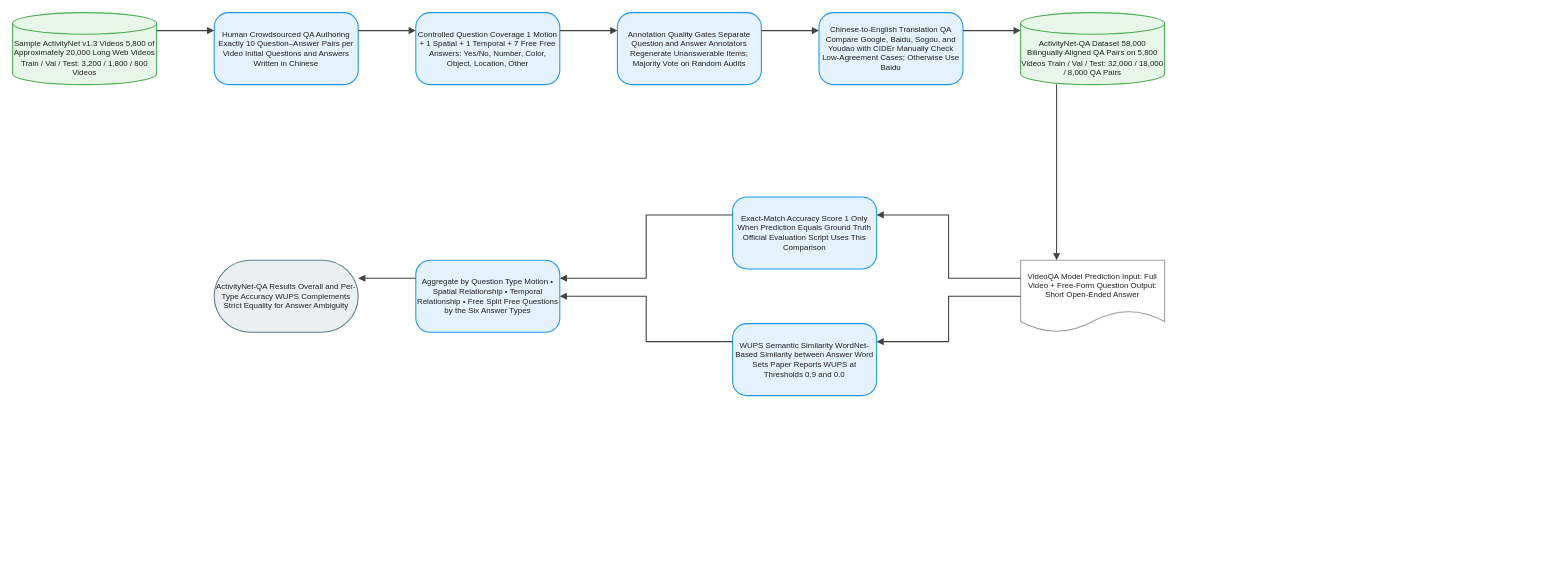
Before: client/public/drawio/ActivityNet-QA/ActivityNet-QA.en.drawio in joe1chief/benchmark-hub, a draw.io diagram. Source tidied: cells renumbered, new cells numbered last; positions are measured from the earlier drawing's top-left corner, leaving out a move shared by most shapes. Both pictures are drawn from the tidied source at 72%, with x=0, y=0 at pixel (12, 12).
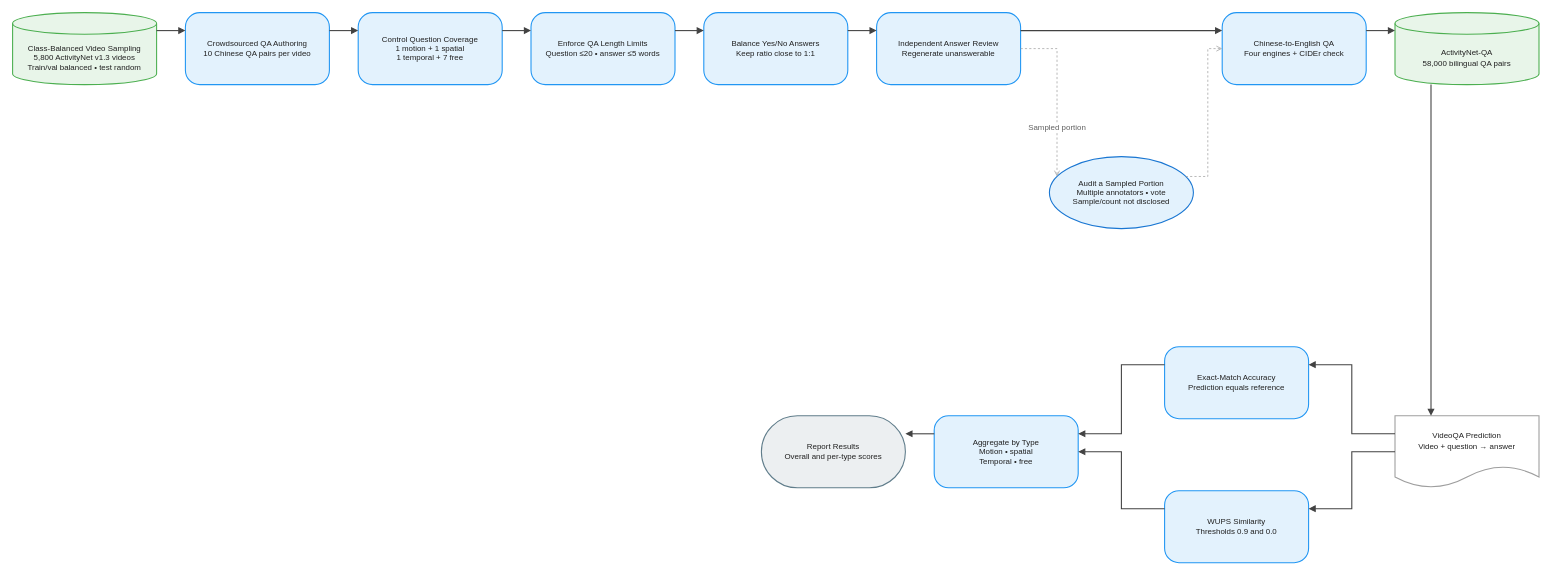
The same diagram, later.

Diff of the diagram source:
```diff
@@
-    <mxCell id="2" value="Sample ActivityNet v1.3 Videos 5,800 of Approximately 20,000 Long Web Videos Train / Val / Test: 3,200 / 1,800 / 800 Videos" style="shape=cylinder3;boundedLbl=1;backgroundOutline=1;size=15;html=1;whiteSpace=wrap;fillColor=#E8F5E9;strokeColor=#4CAF50;strokeWidth=1.5;fontColor=#212121;fontSize=11;fontFamily=Arial, Helvetica, sans-serif;verticalAlign=middle;align=center;" parent="1" vertex="1">
+    <mxCell id="2" value="Class-Balanced Video Sampling&#10;5,800 ActivityNet v1.3 videos&#10;Train/val balanced • test random" style="shape=cylinder3;boundedLbl=1;backgroundOutline=1;size=15;html=0;convertToSvg=1;whiteSpace=wrap;fillColor=#E8F5E9;strokeColor=#4CAF50;strokeWidth=1.5;fontColor=#212121;fontSize=11;fontFamily=Arial, Helvetica, sans-serif;verticalAlign=middle;align=center;" parent="1" vertex="1">
       <mxGeometry width="200" height="100" as="geometry" />
     </mxCell>
-    <mxCell id="3" value="Human Crowdsourced QA Authoring Exactly 10 Question–Answer Pairs per Video Initial Questions and Answers Written in Chinese" style="rounded=1;arcSize=20;html=1;whiteSpace=wrap;fillColor=#E3F2FD;strokeColor=#2196F3;strokeWidth=1.5;fontColor=#212121;fontSize=11;fontFamily=Arial, Helvetica, sans-serif;verticalAlign=middle;align=center;" parent="1" vertex="1">
-      <mxGeometry x="280" width="200" height="100" as="geometry" />
+    <mxCell id="3" value="Crowdsourced QA Authoring&#10;10 Chinese QA pairs per video" style="rounded=1;arcSize=20;html=0;convertToSvg=1;whiteSpace=wrap;fillColor=#E3F2FD;strokeColor=#2196F3;strokeWidth=1.5;fontColor=#212121;fontSize=11;fontFamily=Arial, Helvetica, sans-serif;verticalAlign=middle;align=center;" parent="1" vertex="1">
+      <mxGeometry x="240" width="200" height="100" as="geometry" />
     </mxCell>
-    <mxCell id="4" value="Controlled Question Coverage 1 Motion + 1 Spatial + 1 Temporal + 7 Free Free Answers: Yes/No, Number, Color, Object, Location, Other" style="rounded=1;arcSize=20;html=1;whiteSpace=wrap;fillColor=#E3F2FD;strokeColor=#2196F3;strokeWidth=1.5;fontColor=#212121;fontSize=11;fontFamily=Arial, Helvetica, sans-serif;verticalAlign=middle;align=center;" parent="1" vertex="1">
-      <mxGeometry x="560" width="200" height="100" as="geometry" />
+    <mxCell id="4" value="Control Question Coverage&#10;1 motion + 1 spatial&#10;1 temporal + 7 free" style="rounded=1;arcSize=20;html=0;convertToSvg=1;whiteSpace=wrap;fillColor=#E3F2FD;strokeColor=#2196F3;strokeWidth=1.5;fontColor=#212121;fontSize=11;fontFamily=Arial, Helvetica, sans-serif;verticalAlign=middle;align=center;" parent="1" vertex="1">
+      <mxGeometry x="480" width="200" height="100" as="geometry" />
     </mxCell>
-    <mxCell id="5" value="Annotation Quality Gates Separate Question and Answer Annotators Regenerate Unanswerable Items; Majority Vote on Random Audits" style="rounded=1;arcSize=20;html=1;whiteSpace=wrap;fillColor=#E3F2FD;strokeColor=#2196F3;strokeWidth=1.5;fontColor=#212121;fontSize=11;fontFamily=Arial, Helvetica, sans-serif;verticalAlign=middle;align=center;" parent="1" vertex="1">
-      <mxGeometry x="840" width="200" height="100" as="geometry" />
+    <mxCell id="5" value="Enforce QA Length Limits&#10;Question ≤20 • answer ≤5 words" style="rounded=1;arcSize=20;html=0;convertToSvg=1;whiteSpace=wrap;fillColor=#E3F2FD;strokeColor=#2196F3;strokeWidth=1.5;fontColor=#212121;fontSize=11;fontFamily=Arial, Helvetica, sans-serif;verticalAlign=middle;align=center;" parent="1" vertex="1">
+      <mxGeometry x="720" width="200" height="100" as="geometry" />
     </mxCell>
-    <mxCell id="6" value="Chinese-to-English Translation QA Compare Google, Baidu, Sogou, and Youdao with CIDEr Manually Check Low-Agreement Cases; Otherwise Use Baidu" style="rounded=1;arcSize=20;html=1;whiteSpace=wrap;fillColor=#E3F2FD;strokeColor=#2196F3;strokeWidth=1.5;fontColor=#212121;fontSize=11;fontFamily=Arial, Helvetica, sans-serif;verticalAlign=middle;align=center;" parent="1" vertex="1">
-      <mxGeometry x="1120" width="200" height="100" as="geometry" />
+    <mxCell id="6" value="Balance Yes/No Answers&#10;Keep ratio close to 1:1" style="rounded=1;arcSize=20;html=0;convertToSvg=1;whiteSpace=wrap;fillColor=#E3F2FD;strokeColor=#2196F3;strokeWidth=1.5;fontColor=#212121;fontSize=11;fontFamily=Arial, Helvetica, sans-serif;verticalAlign=middle;align=center;" parent="1" vertex="1">
+      <mxGeometry x="960" width="200" height="100" as="geometry" />
     </mxCell>
-    <mxCell id="7" value="ActivityNet-QA Dataset 58,000 Bilingually Aligned QA Pairs on 5,800 Videos Train / Val / Test: 32,000 / 18,000 / 8,000 QA Pairs" style="shape=cylinder3;boundedLbl=1;backgroundOutline=1;size=15;html=1;whiteSpace=wrap;fillColor=#E8F5E9;strokeColor=#4CAF50;strokeWidth=1.5;fontColor=#212121;fontSize=11;fontFamily=Arial, Helvetica, sans-serif;verticalAlign=middle;align=center;" parent="1" vertex="1">
-      <mxGeometry x="1400" width="200" height="100" as="geometry" />
+    <mxCell id="7" value="Independent Answer Review&#10;Regenerate unanswerable" style="rounded=1;arcSize=20;html=0;convertToSvg=1;whiteSpace=wrap;fillColor=#E3F2FD;strokeColor=#2196F3;strokeWidth=1.5;fontColor=#212121;fontSize=11;fontFamily=Arial, Helvetica, sans-serif;verticalAlign=middle;align=center;" parent="1" vertex="1">
+      <mxGeometry x="1200" width="200" height="100" as="geometry" />
     </mxCell>
-    <mxCell id="8" value="VideoQA Model Prediction Input: Full Video + Free-Form Question Output: Short Open-Ended Answer" style="shape=document;boundedLbl=1;html=1;whiteSpace=wrap;fillColor=#FFFFFF;strokeColor=#9E9E9E;strokeWidth=1.5;fontColor=#212121;fontSize=11;fontFamily=Arial, Helvetica, sans-serif;verticalAlign=middle;align=center;" parent="1" vertex="1">
-      <mxGeometry x="1400" y="344" width="200" height="100" as="geometry" />
+    <mxCell id="8" value="Audit a Sampled Portion&#10;Multiple annotators • vote&#10;Sample/count not disclosed" style="ellipse;html=0;convertToSvg=1;whiteSpace=wrap;fillColor=#E3F2FD;strokeColor=#1976D2;strokeWidth=1.5;fontColor=#212121;fontSize=11;fontFamily=Arial, Helvetica, sans-serif;verticalAlign=middle;align=center;" parent="1" vertex="1">
+      <mxGeometry x="1440" y="200" width="200" height="100" as="geometry" />
     </mxCell>
-    <mxCell id="9" value="Exact-Match Accuracy Score 1 Only When Prediction Equals Ground Truth Official Evaluation Script Uses This Comparison" style="rounded=1;arcSize=20;html=1;whiteSpace=wrap;fillColor=#E3F2FD;strokeColor=#2196F3;strokeWidth=1.5;fontColor=#212121;fontSize=11;fontFamily=Arial, Helvetica, sans-serif;verticalAlign=middle;align=center;" parent="1" vertex="1">
-      <mxGeometry x="1000" y="256" width="200" height="100" as="geometry" />
+    <mxCell id="9" value="Chinese-to-English QA&#10;Four engines + CIDEr check" style="rounded=1;arcSize=20;html=0;convertToSvg=1;whiteSpace=wrap;fillColor=#E3F2FD;strokeColor=#2196F3;strokeWidth=1.5;fontColor=#212121;fontSize=11;fontFamily=Arial, Helvetica, sans-serif;verticalAlign=middle;align=center;" parent="1" vertex="1">
+      <mxGeometry x="1680" width="200" height="100" as="geometry" />
     </mxCell>
-    <mxCell id="10" value="WUPS Semantic Similarity WordNet-Based Similarity between Answer Word Sets Paper Reports WUPS at Thresholds 0.9 and 0.0" style="rounded=1;arcSize=20;html=1;whiteSpace=wrap;fillColor=#E3F2FD;strokeColor=#2196F3;strokeWidth=1.5;fontColor=#212121;fontSize=11;fontFamily=Arial, Helvetica, sans-serif;verticalAlign=middle;align=center;" parent="1" vertex="1">
-      <mxGeometry x="1000" y="432" width="200" height="100" as="geometry" />
+    <mxCell id="10" value="ActivityNet-QA&#10;58,000 bilingual QA pairs" style="shape=cylinder3;boundedLbl=1;backgroundOutline=1;size=15;html=0;convertToSvg=1;whiteSpace=wrap;fillColor=#E8F5E9;strokeColor=#4CAF50;strokeWidth=1.5;fontColor=#212121;fontSize=11;fontFamily=Arial, Helvetica, sans-serif;verticalAlign=middle;align=center;" parent="1" vertex="1">
+      <mxGeometry x="1920" width="200" height="100" as="geometry" />
     </mxCell>
-    <mxCell id="11" value="Aggregate by Question Type Motion • Spatial Relationship • Temporal Relationship • Free Split Free Questions by the Six Answer Types" style="rounded=1;arcSize=20;html=1;whiteSpace=wrap;fillColor=#E3F2FD;strokeColor=#2196F3;strokeWidth=1.5;fontColor=#212121;fontSize=11;fontFamily=Arial, Helvetica, sans-serif;verticalAlign=middle;align=center;" parent="1" vertex="1">
-      <mxGeometry x="560" y="344" width="200" height="100" as="geometry" />
+    <mxCell id="11" value="VideoQA Prediction&#10;Video + question → answer" style="shape=document;boundedLbl=1;html=0;convertToSvg=1;whiteSpace=wrap;fillColor=#FFFFFF;strokeColor=#9E9E9E;strokeWidth=1.5;fontColor=#212121;fontSize=11;fontFamily=Arial, Helvetica, sans-serif;verticalAlign=middle;align=center;" parent="1" vertex="1">
+      <mxGeometry x="1920" y="560" width="200" height="100" as="geometry" />
     </mxCell>
-    <mxCell id="12" value="ActivityNet-QA Results Overall and Per-Type Accuracy WUPS Complements Strict Equality for Answer Ambiguity" style="rounded=1;arcSize=50;html=1;whiteSpace=wrap;fillColor=#ECEFF1;strokeColor=#607D8B;strokeWidth=1.5;fontColor=#212121;fontSize=11;fontFamily=Arial, Helvetica, sans-serif;verticalAlign=middle;align=center;" parent="1" vertex="1">
-      <mxGeometry x="280" y="344" width="200" height="100" as="geometry" />
+    <mxCell id="12" value="Exact-Match Accuracy&#10;Prediction equals reference" style="rounded=1;arcSize=20;html=0;convertToSvg=1;whiteSpace=wrap;fillColor=#E3F2FD;strokeColor=#2196F3;strokeWidth=1.5;fontColor=#212121;fontSize=11;fontFamily=Arial, Helvetica, sans-serif;verticalAlign=middle;align=center;" parent="1" vertex="1">
+      <mxGeometry x="1600" y="464" width="200" height="100" as="geometry" />
     </mxCell>
-    <mxCell id="13" style="edgeStyle=orthogonalEdgeStyle;rounded=0;jettySize=auto;html=1;strokeColor=#424242;strokeWidth=1.5;endArrow=block;endFill=1;exitX=1;exitY=0.25;exitDx=0;exitDy=0;entryX=0;entryY=0.25;entryDx=0;entryDy=0;jumpStyle=arc;jumpSize=8;" parent="1" edge="1" source="2" target="3">
-      <mxGeometry relative="1" as="geometry" />
+    <mxCell id="13" value="WUPS Similarity&#10;Thresholds 0.9 and 0.0" style="rounded=1;arcSize=20;html=0;convertToSvg=1;whiteSpace=wrap;fillColor=#E3F2FD;strokeColor=#2196F3;strokeWidth=1.5;fontColor=#212121;fontSize=11;fontFamily=Arial, Helvetica, sans-serif;verticalAlign=middle;align=center;" parent="1" vertex="1">
+      <mxGeometry x="1600" y="664" width="200" height="100" as="geometry" />
     </mxCell>
-    <mxCell id="14" style="edgeStyle=orthogonalEdgeStyle;rounded=0;jettySize=auto;html=1;strokeColor=#424242;strokeWidth=1.5;endArrow=block;endFill=1;exitX=1;exitY=0.25;exitDx=0;exitDy=0;entryX=0;entryY=0.25;entryDx=0;entryDy=0;jumpStyle=arc;jumpSize=8;" parent="1" edge="1" source="3" target="4">
-      <mxGeometry relative="1" as="geometry" />
+    <mxCell id="14" value="Aggregate by Type&#10;Motion • spatial&#10;Temporal • free" style="rounded=1;arcSize=20;html=0;convertToSvg=1;whiteSpace=wrap;fillColor=#E3F2FD;strokeColor=#2196F3;strokeWidth=1.5;fontColor=#212121;fontSize=11;fontFamily=Arial, Helvetica, sans-serif;verticalAlign=middle;align=center;" parent="1" vertex="1">
+      <mxGeometry x="1280" y="560" width="200" height="100" as="geometry" />
     </mxCell>
-    <mxCell id="15" style="edgeStyle=orthogonalEdgeStyle;rounded=0;jettySize=auto;html=1;strokeColor=#424242;strokeWidth=1.5;endArrow=block;endFill=1;exitX=1;exitY=0.25;exitDx=0;exitDy=0;entryX=0;entryY=0.25;entryDx=0;entryDy=0;jumpStyle=arc;jumpSize=8;" parent="1" edge="1" source="4" target="5">
-      <mxGeometry relative="1" as="geometry" />
+    <mxCell id="15" value="Report Results&#10;Overall and per-type scores" style="rounded=1;arcSize=50;html=0;convertToSvg=1;whiteSpace=wrap;fillColor=#ECEFF1;strokeColor=#607D8B;strokeWidth=1.5;fontColor=#212121;fontSize=11;fontFamily=Arial, Helvetica, sans-serif;verticalAlign=middle;align=center;" parent="1" vertex="1">
+      <mxGeometry x="1040" y="560" width="200" height="100" as="geometry" />
     </mxCell>
-    <mxCell id="16" style="edgeStyle=orthogonalEdgeStyle;rounded=0;jettySize=auto;html=1;strokeColor=#424242;strokeWidth=1.5;endArrow=block;endFill=1;exitX=1;exitY=0.25;exitDx=0;exitDy=0;entryX=0;entryY=0.25;entryDx=0;entryDy=0;jumpStyle=arc;jumpSize=8;" parent="1" edge="1" source="5" target="6">
+    <mxCell id="16" style="edgeStyle=orthogonalEdgeStyle;rounded=0;jettySize=auto;html=0;convertToSvg=1;strokeColor=#424242;strokeWidth=1.5;endArrow=block;endFill=1;exitX=1;exitY=0.25;exitDx=0;exitDy=0;entryX=0;entryY=0.25;entryDx=0;entryDy=0;jumpStyle=arc;jumpSize=8;" parent="1" edge="1" source="2" target="3">
       <mxGeometry relative="1" as="geometry" />
     </mxCell>
-    <mxCell id="17" style="edgeStyle=orthogonalEdgeStyle;rounded=0;jettySize=auto;html=1;strokeColor=#424242;strokeWidth=1.5;endArrow=block;endFill=1;exitX=1;exitY=0.25;exitDx=0;exitDy=0;entryX=0;entryY=0.25;entryDx=0;entryDy=0;jumpStyle=arc;jumpSize=8;" parent="1" edge="1" source="6" target="7">
+    <mxCell id="17" style="edgeStyle=orthogonalEdgeStyle;rounded=0;jettySize=auto;html=0;convertToSvg=1;strokeColor=#424242;strokeWidth=1.5;endArrow=block;endFill=1;exitX=1;exitY=0.25;exitDx=0;exitDy=0;entryX=0;entryY=0.25;entryDx=0;entryDy=0;jumpStyle=arc;jumpSize=8;" parent="1" edge="1" source="3" target="4">
       <mxGeometry relative="1" as="geometry" />
     </mxCell>
-    <mxCell id="18" style="edgeStyle=orthogonalEdgeStyle;rounded=0;jettySize=auto;html=1;strokeColor=#424242;strokeWidth=1.5;endArrow=block;endFill=1;exitX=0.25;exitY=1;exitDx=0;exitDy=0;entryX=0.25;entryY=0;entryDx=0;entryDy=0;jumpStyle=arc;jumpSize=8;" parent="1" edge="1" source="7" target="8">
+    <mxCell id="18" style="edgeStyle=orthogonalEdgeStyle;rounded=0;jettySize=auto;html=0;convertToSvg=1;strokeColor=#424242;strokeWidth=1.5;endArrow=block;endFill=1;exitX=1;exitY=0.25;exitDx=0;exitDy=0;entryX=0;entryY=0.25;entryDx=0;entryDy=0;jumpStyle=arc;jumpSize=8;" parent="1" edge="1" source="4" target="5">
       <mxGeometry relative="1" as="geometry" />
     </mxCell>
-    <mxCell id="19" style="edgeStyle=orthogonalEdgeStyle;rounded=0;jettySize=auto;html=1;strokeColor=#424242;strokeWidth=1.5;endArrow=block;endFill=1;exitX=0;exitY=0.25;exitDx=0;exitDy=0;entryX=1;entryY=0.25;entryDx=0;entryDy=0;jumpStyle=arc;jumpSize=8;" parent="1" edge="1" source="8" target="9">
+    <mxCell id="19" style="edgeStyle=orthogonalEdgeStyle;rounded=0;jettySize=auto;html=0;convertToSvg=1;strokeColor=#424242;strokeWidth=1.5;endArrow=block;endFill=1;exitX=1;exitY=0.25;exitDx=0;exitDy=0;entryX=0;entryY=0.25;entryDx=0;entryDy=0;jumpStyle=arc;jumpSize=8;" parent="1" edge="1" source="5" target="6">
       <mxGeometry relative="1" as="geometry" />
     </mxCell>
-    <mxCell id="20" style="edgeStyle=orthogonalEdgeStyle;rounded=0;jettySize=auto;html=1;strokeColor=#424242;strokeWidth=1.5;endArrow=block;endFill=1;exitX=0;exitY=0.5;exitDx=0;exitDy=0;entryX=1;entryY=0.25;entryDx=0;entryDy=0;jumpStyle=arc;jumpSize=8;" parent="1" edge="1" source="8" target="10">
+    <mxCell id="20" style="edgeStyle=orthogonalEdgeStyle;rounded=0;jettySize=auto;html=0;convertToSvg=1;strokeColor=#424242;strokeWidth=1.5;endArrow=block;endFill=1;exitX=1;exitY=0.25;exitDx=0;exitDy=0;entryX=0;entryY=0.25;entryDx=0;entryDy=0;jumpStyle=arc;jumpSize=8;" parent="1" edge="1" source="6" target="7">
       <mxGeometry relative="1" as="geometry" />
     </mxCell>
-    <mxCell id="21" style="edgeStyle=orthogonalEdgeStyle;rounded=0;jettySize=auto;html=1;strokeColor=#424242;strokeWidth=1.5;endArrow=block;endFill=1;exitX=0;exitY=0.25;exitDx=0;exitDy=0;entryX=1;entryY=0.25;entryDx=0;entryDy=0;jumpStyle=arc;jumpSize=8;" parent="1" edge="1" source="9" target="11">
+    <mxCell id="21" style="edgeStyle=orthogonalEdgeStyle;rounded=0;jettySize=auto;html=0;convertToSvg=1;strokeColor=#424242;strokeWidth=1.5;endArrow=block;endFill=1;exitX=1;exitY=0.25;exitDx=0;exitDy=0;entryX=0;entryY=0.25;entryDx=0;entryDy=0;jumpStyle=arc;jumpSize=8;" parent="1" edge="1" source="7" target="9">
       <mxGeometry relative="1" as="geometry" />
     </mxCell>
-    <mxCell id="22" style="edgeStyle=orthogonalEdgeStyle;rounded=0;jettySize=auto;html=1;strokeColor=#424242;strokeWidth=1.5;endArrow=block;endFill=1;exitX=0;exitY=0.25;exitDx=0;exitDy=0;entryX=1;entryY=0.5;entryDx=0;entryDy=0;jumpStyle=arc;jumpSize=8;" parent="1" edge="1" source="10" target="11">
+    <mxCell id="22" style="edgeStyle=orthogonalEdgeStyle;rounded=0;jettySize=auto;html=0;convertToSvg=1;strokeColor=#9E9E9E;strokeWidth=1;endArrow=open;endFill=0;exitX=1;exitY=0.5;exitDx=0;exitDy=0;entryX=0;entryY=0.25;entryDx=0;entryDy=0;dashed=1;dashPattern=3 3;jumpStyle=arc;jumpSize=8;" parent="1" edge="1" source="7" target="8">
       <mxGeometry relative="1" as="geometry" />
     </mxCell>
-    <mxCell id="23" style="edgeStyle=orthogonalEdgeStyle;rounded=0;jettySize=auto;html=1;strokeColor=#424242;strokeWidth=1.5;endArrow=block;endFill=1;exitX=0;exitY=0.25;exitDx=0;exitDy=0;entryX=1;entryY=0.25;entryDx=0;entryDy=0;jumpStyle=arc;jumpSize=8;" parent="1" edge="1" source="11" target="12">
-      <mxGeometry relative="1" as="geometry" />
+    <mxCell id="23" value="Sampled portion" style="edgeLabel;html=0;convertToSvg=1;align=center;verticalAlign=middle;fontSize=11;fontColor=#616161;" parent="22" vertex="1">
+      <mxGeometry x="0.5" relative="1" as="geometry">
+        <mxPoint y="-12" as="offset" />
+      </mxGeometry>
     </mxCell>
+    <mxCell id="24" style="edgeStyle=orthogonalEdgeStyle;rounded=0;jettySize=auto;html=0;convertToSvg=1;strokeColor=#9E9E9E;strokeWidth=1;endArrow=open;endFill=0;exitX=1;exitY=0.25;exitDx=0;exitDy=0;entryX=0;entryY=0.5;entryDx=0;entryDy=0;dashed=1;dashPattern=3 3;jumpStyle=arc;jumpSize=8;" parent="1" edge="1" source="8" target="9">
+      <mxGeometry relative="1" as="geometry" />
+    </mxCell>
+    <mxCell id="25" style="edgeStyle=orthogonalEdgeStyle;rounded=0;jettySize=auto;html=0;convertToSvg=1;strokeColor=#424242;strokeWidth=1.5;endArrow=block;endFill=1;exitX=1;exitY=0.25;exitDx=0;exitDy=0;entryX=0;entryY=0.25;entryDx=0;entryDy=0;jumpStyle=arc;jumpSize=8;" parent="1" edge="1" source="9" target="10">
+      <mxGeometry relative="1" as="geometry" />
+    </mxCell>
+    <mxCell id="26" style="edgeStyle=orthogonalEdgeStyle;rounded=0;jettySize=auto;html=0;convertToSvg=1;strokeColor=#424242;strokeWidth=1.5;endArrow=block;endFill=1;exitX=0.25;exitY=1;exitDx=0;exitDy=0;entryX=0.25;entryY=0;entryDx=0;entryDy=0;jumpStyle=arc;jumpSize=8;" parent="1" edge="1" source="10" target="11">
+      <mxGeometry relative="1" as="geometry" />
+    </mxCell>
+    <mxCell id="27" style="edgeStyle=orthogonalEdgeStyle;rounded=0;jettySize=auto;html=0;convertToSvg=1;strokeColor=#424242;strokeWidth=1.5;endArrow=block;endFill=1;exitX=0;exitY=0.25;exitDx=0;exitDy=0;entryX=1;entryY=0.25;entryDx=0;entryDy=0;jumpStyle=arc;jumpSize=8;" parent="1" edge="1" source="11" target="12">
+      <mxGeometry relative="1" as="geometry" />
+    </mxCell>
+    <mxCell id="28" style="edgeStyle=orthogonalEdgeStyle;rounded=0;jettySize=auto;html=0;convertToSvg=1;strokeColor=#424242;strokeWidth=1.5;endArrow=block;endFill=1;exitX=0;exitY=0.5;exitDx=0;exitDy=0;entryX=1;entryY=0.25;entryDx=0;entryDy=0;jumpStyle=arc;jumpSize=8;" parent="1" edge="1" source="11" target="13">
+      <mxGeometry relative="1" as="geometry" />
+    </mxCell>
+    <mxCell id="29" style="edgeStyle=orthogonalEdgeStyle;rounded=0;jettySize=auto;html=0;convertToSvg=1;strokeColor=#424242;strokeWidth=1.5;endArrow=block;endFill=1;exitX=0;exitY=0.25;exitDx=0;exitDy=0;entryX=1;entryY=0.25;entryDx=0;entryDy=0;jumpStyle=arc;jumpSize=8;" parent="1" edge="1" source="12" target="14">
+      <mxGeometry relative="1" as="geometry" />
+    </mxCell>
+    <mxCell id="30" style="edgeStyle=orthogonalEdgeStyle;rounded=0;jettySize=auto;html=0;convertToSvg=1;strokeColor=#424242;strokeWidth=1.5;endArrow=block;endFill=1;exitX=0;exitY=0.25;exitDx=0;exitDy=0;entryX=1;entryY=0.5;entryDx=0;entryDy=0;jumpStyle=arc;jumpSize=8;" parent="1" edge="1" source="13" target="14">
+      <mxGeometry relative="1" as="geometry" />
+    </mxCell>
+    <mxCell id="31" style="edgeStyle=orthogonalEdgeStyle;rounded=0;jettySize=auto;html=0;convertToSvg=1;strokeColor=#424242;strokeWidth=1.5;endArrow=block;endFill=1;exitX=0;exitY=0.25;exitDx=0;exitDy=0;entryX=1;entryY=0.25;entryDx=0;entryDy=0;jumpStyle=arc;jumpSize=8;" parent="1" edge="1" source="14" target="15">
+      <mxGeometry relative="1" as="geometry" />
+    </mxCell>
```
